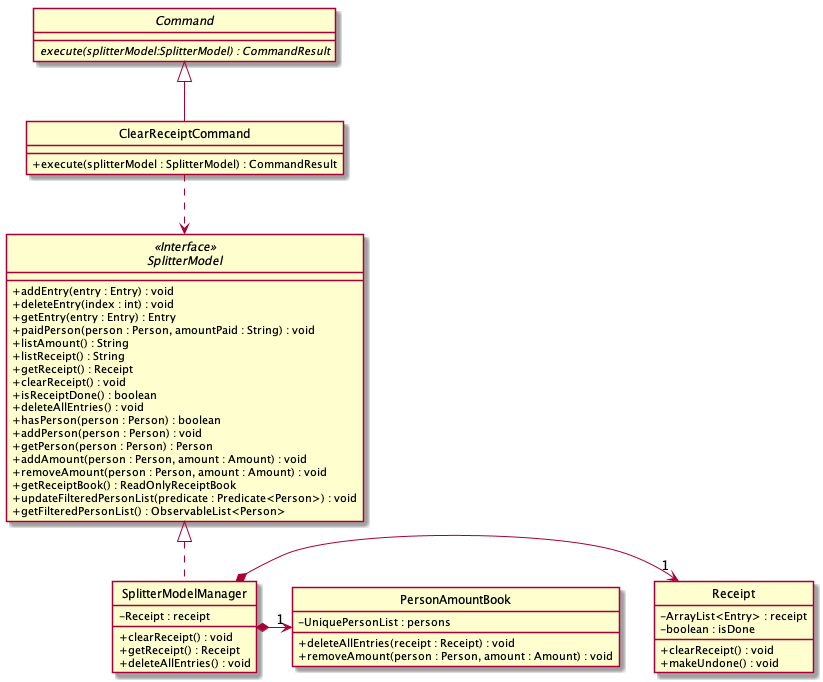
This is images/ExpenseSplitterClearReceiptCommandClassDiagram.png from AY1920S2-CS2103T-W13-1/main, a PlantUML export, as it was before one commit.
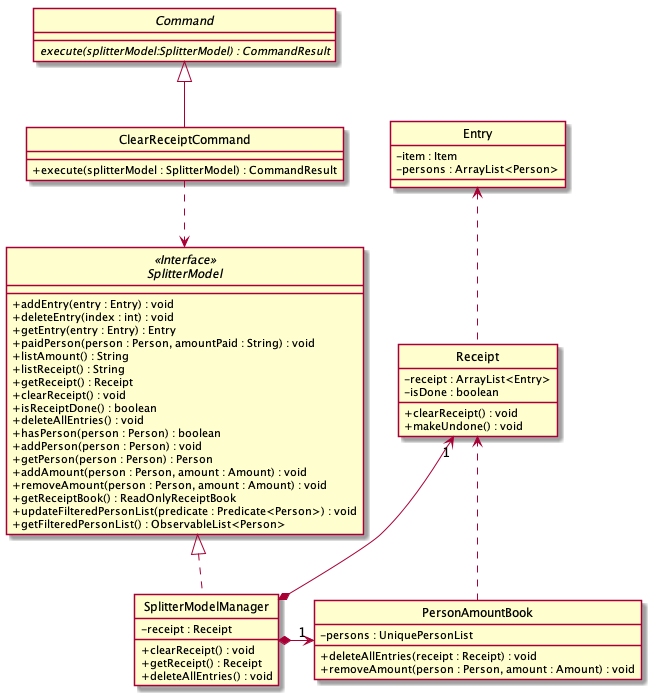
After the change.

What changed in the source:
```diff
@@ -36,7 +36,7 @@
 }
 
 class SplitterModelManager implements SplitterModel {
-    - Receipt : receipt
+    - receipt : Receipt
 
     + clearReceipt() : void
     + getReceipt() : Receipt
@@ -44,23 +44,30 @@
 }
 
 class Receipt {
-    - ArrayList<Entry> : receipt
-    - boolean : isDone
+    - receipt : ArrayList<Entry>
+    - isDone : boolean
 
     + clearReceipt() : void
     + makeUndone() : void
 }
 
 class PersonAmountBook {
-    - UniquePersonList : persons
+    - persons : UniquePersonList
 
     + deleteAllEntries(receipt : Receipt) : void
     + removeAmount(person : Person, amount : Amount) : void
 }
 
+class Entry {
+    - item : Item
+    - persons : ArrayList<Person>
+}
+
 ClearReceiptCommand ..> SplitterModel
-SplitterModelManager *-right->"1" Receipt
+SplitterModelManager *-left->"1" Receipt
 SplitterModelManager *-right->"1" PersonAmountBook
+PersonAmountBook ..> Receipt
+Receipt .up.> Entry
 
 
 @enduml
```
